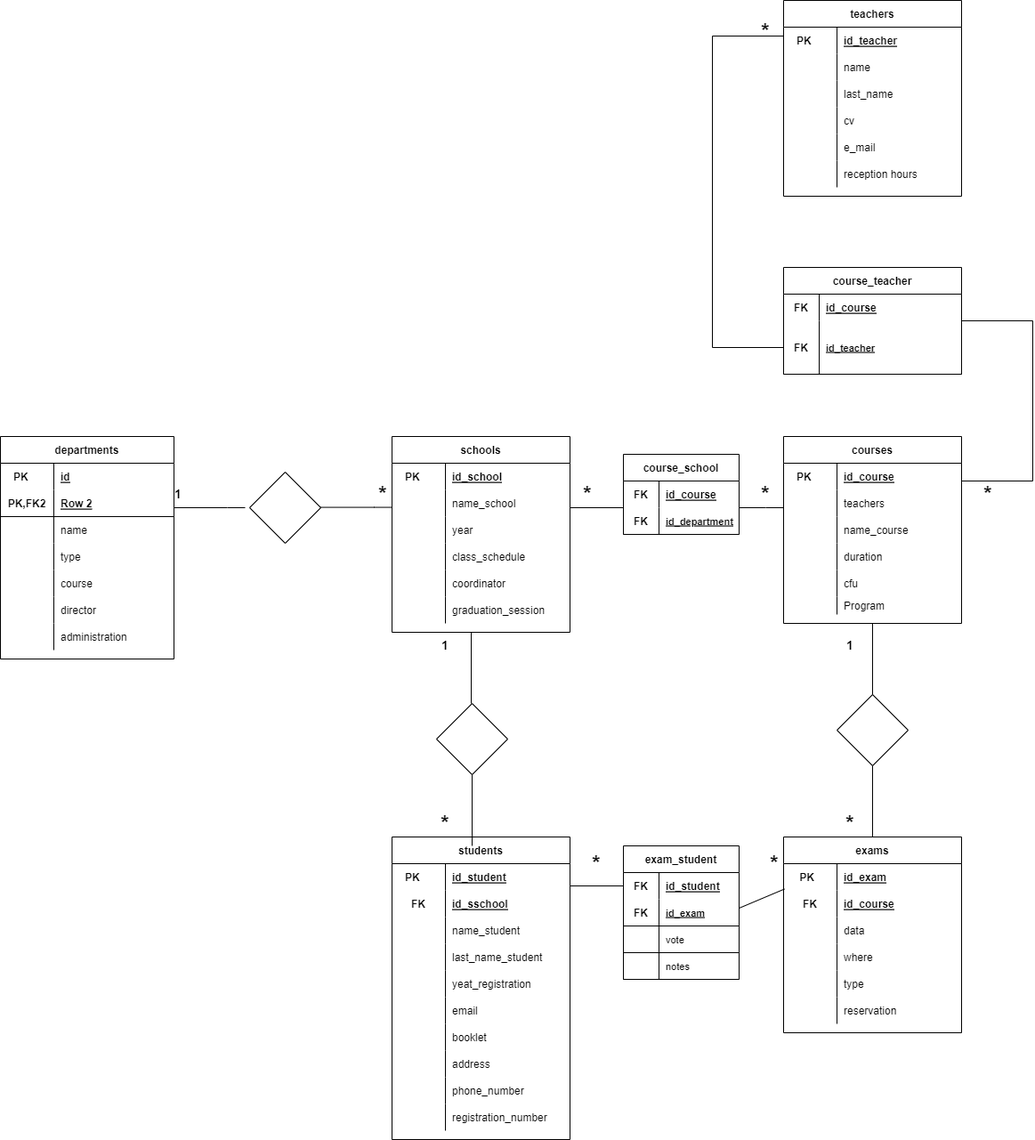
marcotrunc/db-university keeps this draw.io diagram as db-univeristy.drawio.png. Above is the earlier version. Source tidied: cells renumbered, new cells last; positions are measured from the earlier drawing's top-left corner, leaving out a move shared by most shapes.
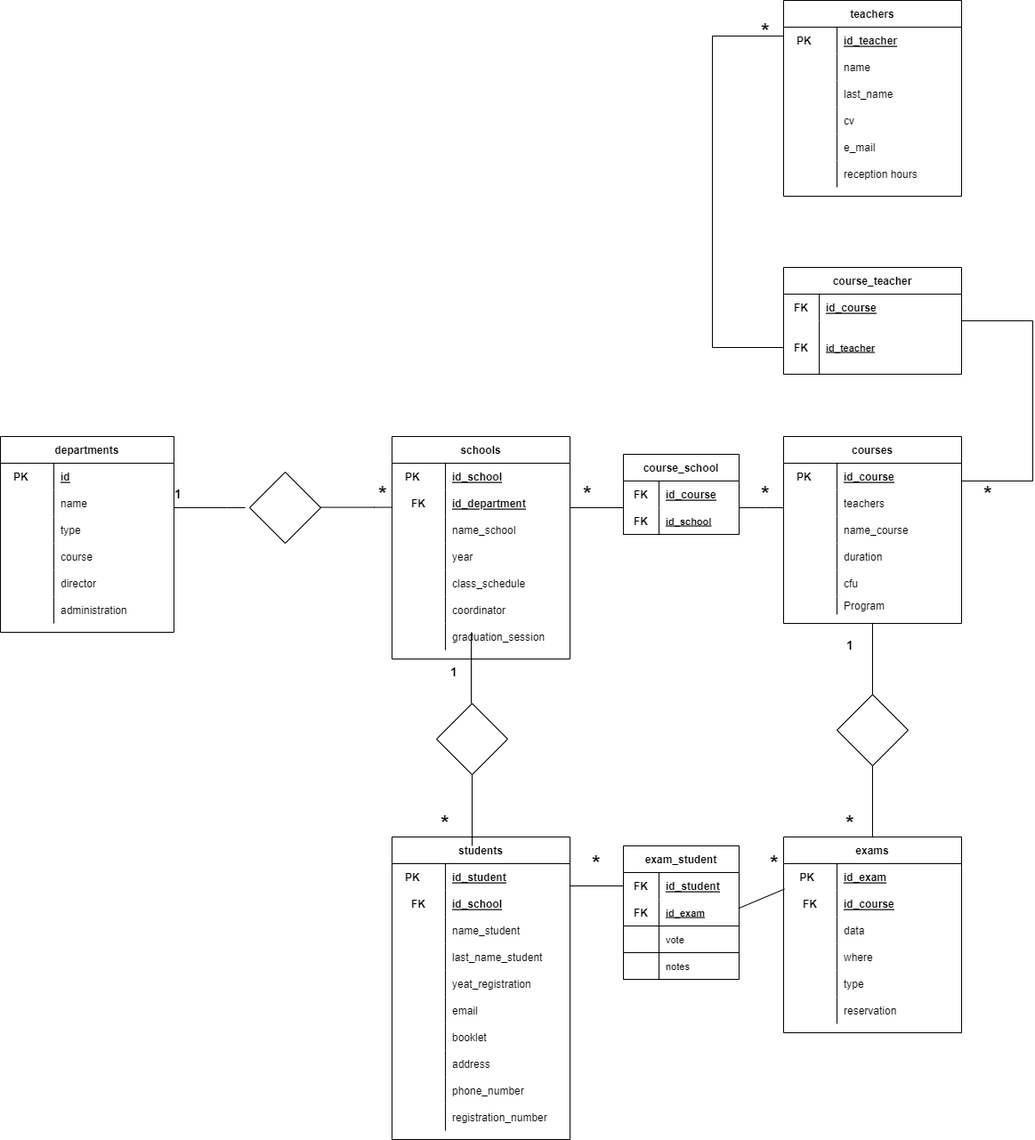
The same file after the commit.

Change to the diagram source:
```diff
@@ -3,7 +3,7 @@
     <mxCell id="0" />
     <mxCell id="1" parent="0" />
     <mxCell id="2" value="departments" style="shape=table;startSize=30;rowLines=0;fontStyle=1;align=center;" parent="1" vertex="1">
-      <mxGeometry y="490" width="195" height="250" as="geometry" />
+      <mxGeometry y="490" width="195" height="220" as="geometry" />
     </mxCell>
     <mxCell id="3" style="shape=tableRow;horizontal=0;startSize=0;swimlaneHead=0;swimlaneBody=0;fillColor=none;top=0;left=0;right=0;bottom=0;" parent="2" vertex="1">
       <mxGeometry y="30" width="195" height="30" as="geometry" />
@@ -14,17 +14,8 @@
     <mxCell id="5" value="id" style="shape=partialRectangle;fillColor=none;top=0;left=0;bottom=0;right=0;align=left;spacingLeft=6;fontStyle=5;overflow=hidden;" parent="3" vertex="1">
       <mxGeometry x="60" width="135" height="30" as="geometry" />
     </mxCell>
-    <mxCell id="6" style="shape=tableRow;horizontal=0;startSize=0;swimlaneHead=0;swimlaneBody=0;fillColor=none;top=0;left=0;right=0;bottom=1;" parent="2" vertex="1">
-      <mxGeometry y="60" width="195" height="30" as="geometry" />
-    </mxCell>
-    <mxCell id="7" value="PK,FK2" style="shape=partialRectangle;fillColor=none;top=0;left=0;bottom=0;right=0;fontStyle=1;overflow=hidden;" parent="6" vertex="1">
-      <mxGeometry width="60" height="30" as="geometry" />
-    </mxCell>
-    <mxCell id="8" value="Row 2" style="shape=partialRectangle;fillColor=none;top=0;left=0;bottom=0;right=0;align=left;spacingLeft=6;fontStyle=5;overflow=hidden;" parent="6" vertex="1">
-      <mxGeometry x="60" width="135" height="30" as="geometry" />
-    </mxCell>
     <mxCell id="9" style="shape=tableRow;horizontal=0;startSize=0;swimlaneHead=0;swimlaneBody=0;fillColor=none;top=0;left=0;right=0;bottom=0;" parent="2" vertex="1">
-      <mxGeometry y="90" width="195" height="30" as="geometry" />
+      <mxGeometry y="60" width="195" height="30" as="geometry" />
     </mxCell>
     <mxCell id="10" style="shape=partialRectangle;fillColor=none;top=0;left=0;bottom=0;right=0;overflow=hidden;" parent="9" vertex="1">
       <mxGeometry width="60" height="30" as="geometry" />
@@ -33,7 +24,7 @@
       <mxGeometry x="60" width="135" height="30" as="geometry" />
     </mxCell>
     <mxCell id="12" style="shape=tableRow;horizontal=0;startSize=0;swimlaneHead=0;swimlaneBody=0;fillColor=none;top=0;left=0;right=0;bottom=0;" parent="2" vertex="1">
-      <mxGeometry y="120" width="195" height="30" as="geometry" />
+      <mxGeometry y="90" width="195" height="30" as="geometry" />
     </mxCell>
     <mxCell id="13" style="shape=partialRectangle;fillColor=none;top=0;left=0;bottom=0;right=0;overflow=hidden;" parent="12" vertex="1">
       <mxGeometry width="60" height="30" as="geometry" />
@@ -42,7 +33,7 @@
       <mxGeometry x="60" width="135" height="30" as="geometry" />
     </mxCell>
     <mxCell id="15" style="shape=tableRow;horizontal=0;startSize=0;swimlaneHead=0;swimlaneBody=0;fillColor=none;top=0;left=0;right=0;bottom=0;" parent="2" vertex="1">
-      <mxGeometry y="150" width="195" height="30" as="geometry" />
+      <mxGeometry y="120" width="195" height="30" as="geometry" />
     </mxCell>
     <mxCell id="16" style="shape=partialRectangle;fillColor=none;top=0;left=0;bottom=0;right=0;overflow=hidden;" parent="15" vertex="1">
       <mxGeometry width="60" height="30" as="geometry" />
@@ -51,7 +42,7 @@
       <mxGeometry x="60" width="135" height="30" as="geometry" />
     </mxCell>
     <mxCell id="18" style="shape=tableRow;horizontal=0;startSize=0;swimlaneHead=0;swimlaneBody=0;fillColor=none;top=0;left=0;right=0;bottom=0;" parent="2" vertex="1">
-      <mxGeometry y="180" width="195" height="30" as="geometry" />
+      <mxGeometry y="150" width="195" height="30" as="geometry" />
     </mxCell>
     <mxCell id="19" style="shape=partialRectangle;fillColor=none;top=0;left=0;bottom=0;right=0;overflow=hidden;" parent="18" vertex="1">
       <mxGeometry width="60" height="30" as="geometry" />
@@ -60,7 +51,7 @@
       <mxGeometry x="60" width="135" height="30" as="geometry" />
     </mxCell>
     <mxCell id="21" style="shape=tableRow;horizontal=0;startSize=0;swimlaneHead=0;swimlaneBody=0;fillColor=none;top=0;left=0;right=0;bottom=0;" parent="2" vertex="1">
-      <mxGeometry y="210" width="195" height="30" as="geometry" />
+      <mxGeometry y="180" width="195" height="30" as="geometry" />
     </mxCell>
     <mxCell id="22" style="shape=partialRectangle;fillColor=none;top=0;left=0;bottom=0;right=0;overflow=hidden;" parent="21" vertex="1">
       <mxGeometry width="60" height="30" as="geometry" />
@@ -69,7 +60,7 @@
       <mxGeometry x="60" width="135" height="30" as="geometry" />
     </mxCell>
     <mxCell id="24" value="schools" style="shape=table;startSize=30;rowLines=0;fontStyle=1;align=center;" parent="1" vertex="1">
-      <mxGeometry x="440" y="490" width="200" height="220" as="geometry" />
+      <mxGeometry x="440" y="490" width="200" height="250" as="geometry" />
     </mxCell>
     <mxCell id="25" style="shape=tableRow;horizontal=0;startSize=0;swimlaneHead=0;swimlaneBody=0;fillColor=none;top=0;left=0;right=0;bottom=0;" parent="24" vertex="1">
       <mxGeometry y="30" width="200" height="30" as="geometry" />
@@ -80,8 +71,17 @@
     <mxCell id="27" value="id_school" style="shape=partialRectangle;fillColor=none;top=0;left=0;bottom=0;right=0;align=left;spacingLeft=6;fontStyle=5;overflow=hidden;" parent="25" vertex="1">
       <mxGeometry x="60" width="140" height="30" as="geometry" />
     </mxCell>
+    <mxCell id="191" style="shape=tableRow;horizontal=0;startSize=0;swimlaneHead=0;swimlaneBody=0;fillColor=none;top=0;left=0;right=0;bottom=0;" parent="24" vertex="1">
+      <mxGeometry y="60" width="200" height="30" as="geometry" />
+    </mxCell>
+    <mxCell id="192" value="FK" style="shape=partialRectangle;fillColor=none;top=0;left=0;bottom=0;right=0;fontStyle=1;overflow=hidden;" parent="191" vertex="1">
+      <mxGeometry width="60" height="30" as="geometry" />
+    </mxCell>
+    <mxCell id="193" value="id_department" style="shape=partialRectangle;fillColor=none;top=0;left=0;bottom=0;right=0;align=left;spacingLeft=6;fontStyle=5;overflow=hidden;" parent="191" vertex="1">
+      <mxGeometry x="60" width="140" height="30" as="geometry" />
+    </mxCell>
     <mxCell id="28" style="shape=tableRow;horizontal=0;startSize=0;swimlaneHead=0;swimlaneBody=0;fillColor=none;top=0;left=0;right=0;bottom=0;" parent="24" vertex="1">
-      <mxGeometry y="60" width="200" height="30" as="geometry" />
+      <mxGeometry y="90" width="200" height="30" as="geometry" />
     </mxCell>
     <mxCell id="29" style="shape=partialRectangle;fillColor=none;top=0;left=0;bottom=0;right=0;overflow=hidden;" parent="28" vertex="1">
       <mxGeometry width="60" height="30" as="geometry" />
@@ -90,7 +90,7 @@
       <mxGeometry x="60" width="140" height="30" as="geometry" />
     </mxCell>
     <mxCell id="31" style="shape=tableRow;horizontal=0;startSize=0;swimlaneHead=0;swimlaneBody=0;fillColor=none;top=0;left=0;right=0;bottom=0;" parent="24" vertex="1">
-      <mxGeometry y="90" width="200" height="30" as="geometry" />
+      <mxGeometry y="120" width="200" height="30" as="geometry" />
     </mxCell>
     <mxCell id="32" style="shape=partialRectangle;fillColor=none;top=0;left=0;bottom=0;right=0;overflow=hidden;" parent="31" vertex="1">
       <mxGeometry width="60" height="30" as="geometry" />
@@ -99,7 +99,7 @@
       <mxGeometry x="60" width="140" height="30" as="geometry" />
     </mxCell>
     <mxCell id="34" style="shape=tableRow;horizontal=0;startSize=0;swimlaneHead=0;swimlaneBody=0;fillColor=none;top=0;left=0;right=0;bottom=0;" parent="24" vertex="1">
-      <mxGeometry y="120" width="200" height="30" as="geometry" />
+      <mxGeometry y="150" width="200" height="30" as="geometry" />
     </mxCell>
     <mxCell id="35" style="shape=partialRectangle;fillColor=none;top=0;left=0;bottom=0;right=0;overflow=hidden;" parent="34" vertex="1">
       <mxGeometry width="60" height="30" as="geometry" />
@@ -108,7 +108,7 @@
       <mxGeometry x="60" width="140" height="30" as="geometry" />
     </mxCell>
     <mxCell id="37" style="shape=tableRow;horizontal=0;startSize=0;swimlaneHead=0;swimlaneBody=0;fillColor=none;top=0;left=0;right=0;bottom=0;" parent="24" vertex="1">
-      <mxGeometry y="150" width="200" height="30" as="geometry" />
+      <mxGeometry y="180" width="200" height="30" as="geometry" />
     </mxCell>
     <mxCell id="38" style="shape=partialRectangle;fillColor=none;top=0;left=0;bottom=0;right=0;overflow=hidden;" parent="37" vertex="1">
       <mxGeometry width="60" height="30" as="geometry" />
@@ -117,7 +117,7 @@
       <mxGeometry x="60" width="140" height="30" as="geometry" />
     </mxCell>
     <mxCell id="40" style="shape=tableRow;horizontal=0;startSize=0;swimlaneHead=0;swimlaneBody=0;fillColor=none;top=0;left=0;right=0;bottom=0;" parent="24" vertex="1">
-      <mxGeometry y="180" width="200" height="30" as="geometry" />
+      <mxGeometry y="210" width="200" height="30" as="geometry" />
     </mxCell>
     <mxCell id="41" style="shape=partialRectangle;fillColor=none;top=0;left=0;bottom=0;right=0;overflow=hidden;" parent="40" vertex="1">
       <mxGeometry width="60" height="30" as="geometry" />
@@ -249,7 +249,7 @@
     <mxCell id="76" value="FK" style="shape=partialRectangle;fillColor=none;top=0;left=0;bottom=0;right=0;fontStyle=1;overflow=hidden;" parent="75" vertex="1">
       <mxGeometry width="40" height="30" as="geometry" />
     </mxCell>
-    <mxCell id="77" value="id_department" style="shape=partialRectangle;fillColor=none;top=0;left=0;bottom=0;right=0;align=left;spacingLeft=6;fontStyle=5;overflow=hidden;fontSize=11;" parent="75" vertex="1">
+    <mxCell id="77" value="id_school" style="shape=partialRectangle;fillColor=none;top=0;left=0;bottom=0;right=0;align=left;spacingLeft=6;fontStyle=5;overflow=hidden;fontSize=11;" parent="75" vertex="1">
       <mxGeometry x="40" width="90" height="30" as="geometry" />
     </mxCell>
     <mxCell id="78" value="teachers" style="shape=table;startSize=30;rowLines=0;fontStyle=1;align=center;" parent="1" vertex="1">
@@ -472,7 +472,7 @@
     <mxCell id="143" value="FK" style="shape=partialRectangle;fillColor=none;top=0;left=0;bottom=0;right=0;fontStyle=1;overflow=hidden;" parent="142" vertex="1">
       <mxGeometry width="60" height="30" as="geometry" />
     </mxCell>
-    <mxCell id="144" value="id_sschool" style="shape=partialRectangle;fillColor=none;top=0;left=0;bottom=0;right=0;align=left;spacingLeft=6;fontStyle=5;overflow=hidden;" parent="142" vertex="1">
+    <mxCell id="144" value="id_school" style="shape=partialRectangle;fillColor=none;top=0;left=0;bottom=0;right=0;align=left;spacingLeft=6;fontStyle=5;overflow=hidden;" parent="142" vertex="1">
       <mxGeometry x="60" width="140" height="30" as="geometry" />
     </mxCell>
     <mxCell id="145" style="shape=tableRow;horizontal=0;startSize=0;swimlaneHead=0;swimlaneBody=0;fillColor=none;top=0;left=0;right=0;bottom=0;" parent="138" vertex="1">
@@ -566,7 +566,7 @@
       <mxGeometry x="470" y="910" width="60" height="30" as="geometry" />
     </mxCell>
     <mxCell id="173" value="&lt;b&gt;&lt;font style=&quot;font-size: 14px&quot;&gt;1&lt;/font&gt;&lt;/b&gt;" style="text;html=1;strokeColor=none;fillColor=none;align=center;verticalAlign=middle;whiteSpace=wrap;rounded=0;" parent="1" vertex="1">
-      <mxGeometry x="470" y="710" width="60" height="30" as="geometry" />
+      <mxGeometry x="480" y="740" width="60" height="30" as="geometry" />
     </mxCell>
     <mxCell id="174" value="exam_student" style="shape=table;startSize=30;rowLines=0;fontStyle=1;align=center;" parent="1" vertex="1">
       <mxGeometry x="700" y="950" width="130" height="150" as="geometry" />
```
